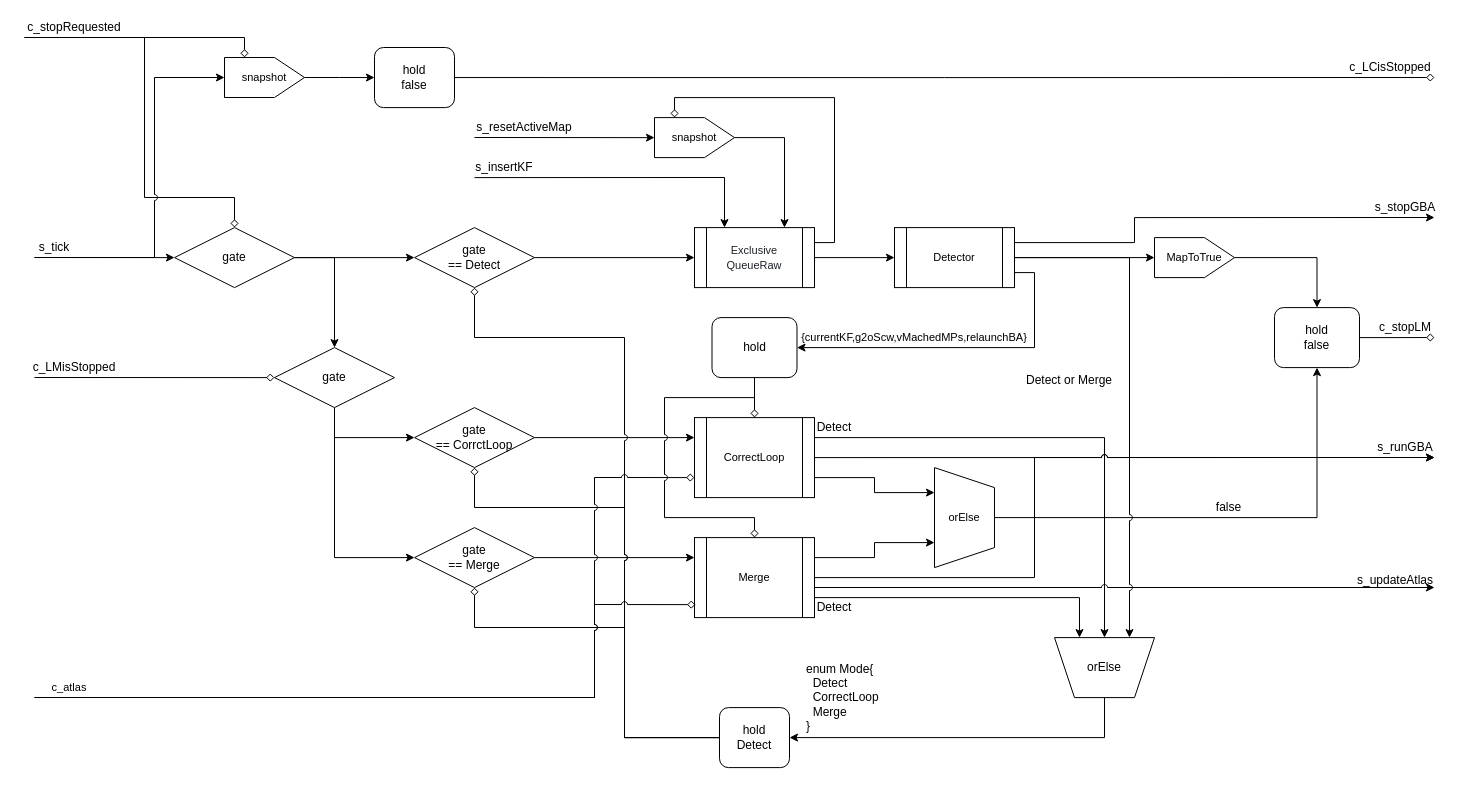
Above: images/LoopClosingFRP.drawio in suzuki-taro-unofficial/ORB-SLAM3-decoding (draw.io), before the change. Source tidied: cells renumbered, new cells numbered last; positions are measured from the earlier drawing's top-left corner, leaving out a move shared by most shapes. Both pictures are drawn from the tidied source at 100%, with x=0, y=0 at pixel (24, 17).
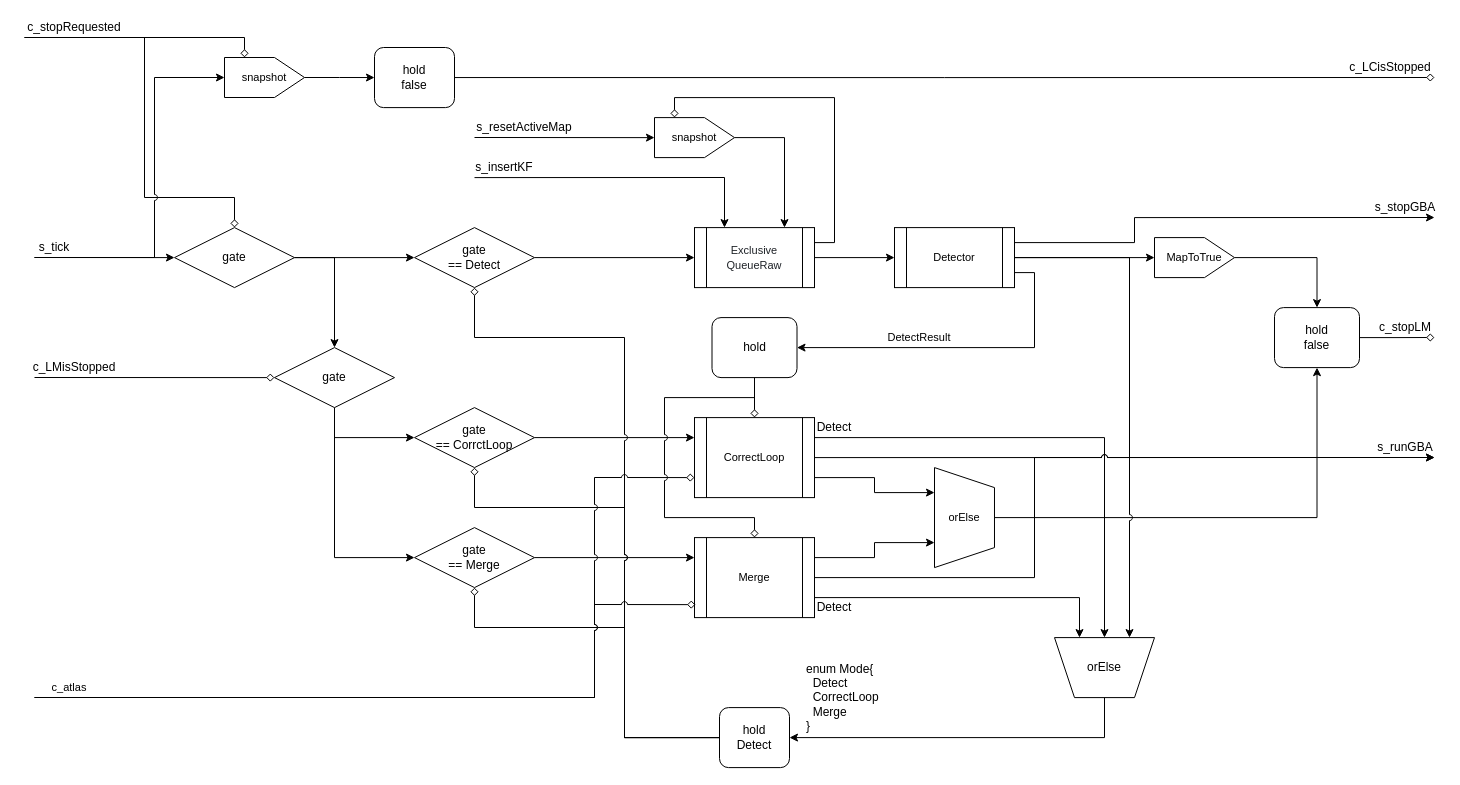
Above is the later version.

Unchanged cells that the change refers to:
```xml
<mxCell id="25" value="Merge" style="shape=process;whiteSpace=wrap;html=1;backgroundOutline=1;fontFamily=Helvetica;fontSize=11;fontColor=default;labelBackgroundColor=default;" parent="1" vertex="1">
  <mxGeometry x="670" y="520.1" width="120" height="80" as="geometry" />
</mxCell>
```

The edit, as a diff of the source:
```diff
@@
-    <mxCell id="22" style="edgeStyle=orthogonalEdgeStyle;shape=connector;rounded=0;jumpStyle=arc;jettySize=auto;html=1;exitX=1;exitY=0.5;exitDx=0;exitDy=0;strokeColor=default;align=center;verticalAlign=middle;fontFamily=Helvetica;fontSize=11;fontColor=default;labelBackgroundColor=default;endArrow=classic;" parent="1" edge="1" source="25">
-      <mxGeometry relative="1" as="geometry">
-        <mxPoint x="1410" y="570" as="targetPoint" />
-        <Array as="points">
-          <mxPoint x="790" y="570.1" />
-        </Array>
-      </mxGeometry>
-    </mxCell>
@@
-    <mxCell id="34" value="s_updateAtlas" style="text;html=1;align=center;verticalAlign=middle;whiteSpace=wrap;rounded=0;" parent="1" vertex="1">
-      <mxGeometry x="1331" y="555.1" width="80" height="15" as="geometry" />
-    </mxCell>
@@
-    <mxCell id="52" value="{currentKF,g2oScw,vMachedMPs,relaunchBA}" style="text;html=1;align=center;verticalAlign=middle;whiteSpace=wrap;rounded=0;fontFamily=Helvetica;fontSize=11;fontColor=default;labelBackgroundColor=default;" parent="1" vertex="1">
-      <mxGeometry x="800" y="310.1" width="180" height="20" as="geometry" />
+    <mxCell id="52" value="DetectResult" style="text;html=1;align=center;verticalAlign=middle;whiteSpace=wrap;rounded=0;fontFamily=Helvetica;fontSize=11;fontColor=default;labelBackgroundColor=default;" parent="1" vertex="1">
+      <mxGeometry x="860" y="310.1" width="70" height="19.9" as="geometry" />
     </mxCell>
@@
-    <mxCell id="73" value="Detect or Merge" style="text;html=1;align=center;verticalAlign=middle;whiteSpace=wrap;rounded=0;" parent="1" vertex="1">
-      <mxGeometry x="990" y="355.1" width="110" height="14.9" as="geometry" />
-    </mxCell>
@@
-    <mxCell id="77" value="false" style="text;html=1;align=center;verticalAlign=middle;whiteSpace=wrap;rounded=0;" parent="1" vertex="1">
-      <mxGeometry x="1180" y="480.1" width="49" height="19.9" as="geometry" />
-    </mxCell>
```
